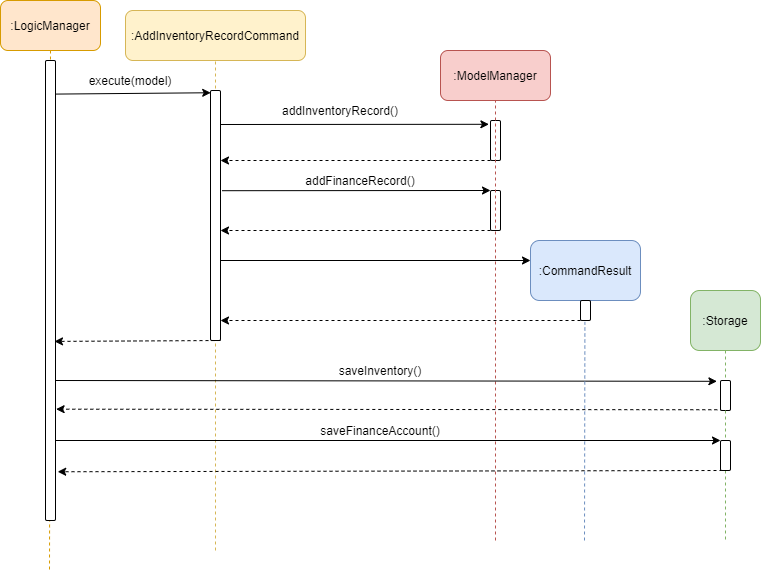
Above: docs/images/AddInventoryCommandExecuteSequenceDiagram.png in nus-cs2103-AY2021S1/tp (draw.io), before the change. Source tidied: cells renumbered, new cells last; positions are measured from the earlier drawing's top-left corner, leaving out a move shared by most shapes.
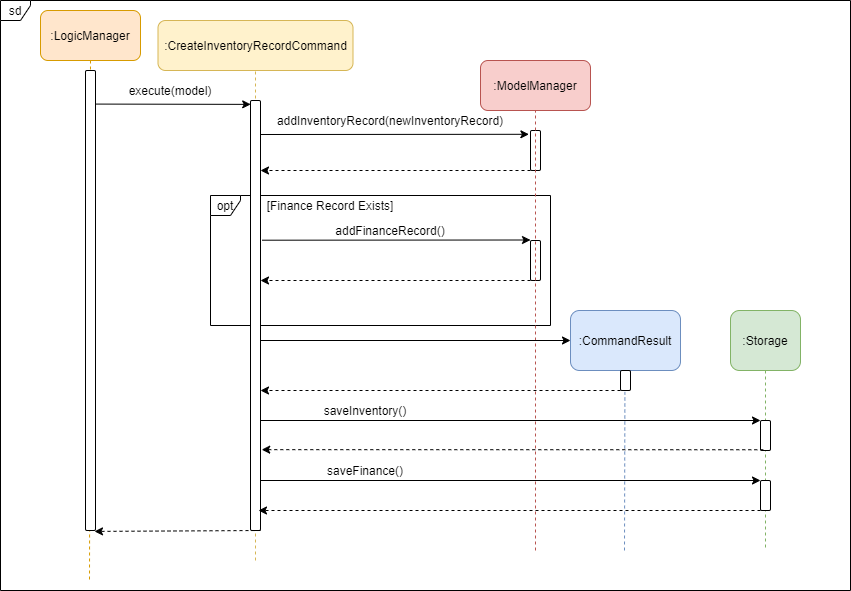
After the change.

The edit, as a diff of the source:
```diff
@@ -1,32 +1,38 @@
-<mxGraphModel background="#ffffff">
+<mxGraphModel>
   <root>
     <mxCell id="0" />
     <mxCell id="1" parent="0" />
-    <mxCell id="2" style="endArrow=none;dashed=1;html=1;entryX=0.5;entryY=1;entryDx=0;entryDy=0;fillColor=#fff2cc;strokeColor=#d6b656;" parent="1" edge="1" target="4">
-      <mxGeometry relative="1" as="geometry">
-        <mxPoint x="215" y="550" as="sourcePoint" />
-      </mxGeometry>
-    </mxCell>
-    <mxCell id="3" style="endArrow=none;dashed=1;html=1;fillColor=#ffe6cc;strokeColor=#d79b00;exitX=0.5;exitY=1;exitDx=0;exitDy=0;" parent="1" edge="1" source="6">
-      <mxGeometry relative="1" as="geometry">
-        <mxPoint x="49" y="570" as="targetPoint" />
-      </mxGeometry>
-    </mxCell>
-    <mxCell id="4" value=":AddInventoryRecordCommand" style="rounded=1;whiteSpace=wrap;html=1;fillColor=#fff2cc;strokeColor=#d6b656;" parent="1" vertex="1">
-      <mxGeometry x="125" y="10" width="180" height="50" as="geometry" />
-    </mxCell>
-    <mxCell id="5" style="html=1;points=[];perimeter=orthogonalPerimeter;rounded=1;" parent="1" vertex="1">
-      <mxGeometry x="210" y="90" width="10" height="250" as="geometry" />
-    </mxCell>
+    <mxCell id="38" value="opt" style="shape=umlFrame;whiteSpace=wrap;html=1;rounded=1;width=30;height=20;" parent="1" vertex="1">
+      <mxGeometry x="170" y="185" width="340" height="130" as="geometry" />
+    </mxCell>
+    <mxCell id="39" style="endArrow=none;dashed=1;html=1;entryX=0.5;entryY=1;entryDx=0;entryDy=0;fillColor=#fff2cc;strokeColor=#d6b656;" parent="1" edge="1" target="42">
+      <mxGeometry relative="1" as="geometry">
+        <mxPoint x="215" y="550" as="sourcePoint" />
+      </mxGeometry>
+    </mxCell>
+    <mxCell id="40" style="endArrow=none;dashed=1;html=1;fillColor=#ffe6cc;strokeColor=#d79b00;exitX=0.5;exitY=1;exitDx=0;exitDy=0;" parent="1" edge="1" source="6">
+      <mxGeometry relative="1" as="geometry">
+        <mxPoint x="49" y="570" as="targetPoint" />
+      </mxGeometry>
+    </mxCell>
+    <mxCell id="41" value="sd" style="shape=umlFrame;whiteSpace=wrap;html=1;rounded=1;width=30;height=20;" parent="1" vertex="1">
+      <mxGeometry x="-40" y="-10" width="850" height="590" as="geometry" />
+    </mxCell>
+    <mxCell id="42" value=":CreateInventoryRecordCommand" style="rounded=1;whiteSpace=wrap;html=1;fillColor=#fff2cc;strokeColor=#d6b656;" parent="1" vertex="1">
+      <mxGeometry x="117.5" y="10" width="195" height="50" as="geometry" />
+    </mxCell>
+    <mxCell id="43" style="html=1;points=[];perimeter=orthogonalPerimeter;rounded=1;" parent="1" vertex="1">
+      <mxGeometry x="210" y="90" width="10" height="430" as="geometry" />
+    </mxCell>
     <mxCell id="6" value=":LogicManager" style="rounded=1;whiteSpace=wrap;html=1;fillColor=#ffe6cc;strokeColor=#d79b00;" parent="1" vertex="1">
       <mxGeometry width="100" height="50" as="geometry" />
     </mxCell>
     <mxCell id="7" style="html=1;points=[];perimeter=orthogonalPerimeter;rounded=1;" parent="1" vertex="1">
       <mxGeometry x="45" y="60" width="10" height="460" as="geometry" />
     </mxCell>
-    <mxCell id="8" style="endArrow=classic;html=1;entryX=0.02;entryY=0.009;entryDx=0;entryDy=0;entryPerimeter=0;exitX=1.06;exitY=0.073;exitDx=0;exitDy=0;exitPerimeter=0;" parent="1" edge="1" source="7" target="5">
-      <mxGeometry relative="1" as="geometry" />
-    </mxCell>
+    <mxCell id="44" style="endArrow=classic;html=1;entryX=0.02;entryY=0.009;entryDx=0;entryDy=0;entryPerimeter=0;exitX=1.06;exitY=0.073;exitDx=0;exitDy=0;exitPerimeter=0;" parent="1" edge="1" source="7" target="43">
+      <mxGeometry relative="1" as="geometry" />
+    </mxCell>
     <mxCell id="9" value="execute(model)" style="text;html=1;strokeColor=none;fillColor=none;align=center;verticalAlign=middle;whiteSpace=wrap;rounded=0;" parent="1" vertex="1">
       <mxGeometry x="110" y="70" width="40" height="20" as="geometry" />
     </mxCell>
@@ -36,115 +42,114 @@
     <mxCell id="11" style="html=1;points=[];perimeter=orthogonalPerimeter;rounded=1;" parent="1" vertex="1">
       <mxGeometry x="490" y="120" width="10" height="40" as="geometry" />
     </mxCell>
-    <mxCell id="12" style="endArrow=classic;html=1;entryX=-0.16;entryY=0.095;entryDx=0;entryDy=0;entryPerimeter=0;" parent="1" edge="1" target="11">
-      <mxGeometry relative="1" as="geometry">
-        <mxPoint x="220" y="124" as="sourcePoint" />
-      </mxGeometry>
-    </mxCell>
-    <mxCell id="13" value="addInventoryRecord()" style="text;html=1;strokeColor=none;fillColor=none;align=center;verticalAlign=middle;whiteSpace=wrap;rounded=0;" parent="1" vertex="1">
-      <mxGeometry x="320" y="100" width="40" height="20" as="geometry" />
-    </mxCell>
-    <mxCell id="14" style="endArrow=classic;html=1;dashed=1;" parent="1" edge="1">
-      <mxGeometry relative="1" as="geometry">
-        <mxPoint x="490" y="160" as="sourcePoint" />
-        <mxPoint x="220" y="160" as="targetPoint" />
-      </mxGeometry>
-    </mxCell>
-    <mxCell id="15" style="endArrow=classic;html=1;entryX=-0.16;entryY=0.095;entryDx=0;entryDy=0;entryPerimeter=0;" parent="1" edge="1">
-      <mxGeometry relative="1" as="geometry">
-        <mxPoint x="221.6" y="190.2" as="sourcePoint" />
-        <mxPoint x="490" y="190" as="targetPoint" />
-      </mxGeometry>
-    </mxCell>
-    <mxCell id="16" style="html=1;perimeter=orthogonalPerimeter;rounded=1;" parent="1" vertex="1">
-      <mxGeometry x="490" y="190" width="10" height="40" as="geometry" />
-    </mxCell>
-    <mxCell id="17" style="endArrow=none;dashed=1;html=1;entryX=0.5;entryY=1;entryDx=0;entryDy=0;fillColor=#f8cecc;strokeColor=#b85450;" parent="1" edge="1" target="10">
-      <mxGeometry relative="1" as="geometry">
-        <mxPoint x="495" y="540" as="sourcePoint" />
-      </mxGeometry>
-    </mxCell>
-    <mxCell id="18" style="endArrow=classic;html=1;dashed=1;" parent="1" edge="1">
-      <mxGeometry relative="1" as="geometry">
-        <mxPoint x="490" y="230" as="sourcePoint" />
-        <mxPoint x="220" y="230" as="targetPoint" />
-      </mxGeometry>
-    </mxCell>
+    <mxCell id="45" style="endArrow=classic;html=1;entryX=-0.16;entryY=0.095;entryDx=0;entryDy=0;entryPerimeter=0;" parent="1" edge="1" target="11">
+      <mxGeometry relative="1" as="geometry">
+        <mxPoint x="220" y="124" as="sourcePoint" />
+      </mxGeometry>
+    </mxCell>
+    <mxCell id="46" value="addInventoryRecord(newInventoryRecord)" style="text;html=1;strokeColor=none;fillColor=none;align=center;verticalAlign=middle;whiteSpace=wrap;rounded=0;" parent="1" vertex="1">
+      <mxGeometry x="330" y="100" width="40" height="20" as="geometry" />
+    </mxCell>
+    <mxCell id="47" style="endArrow=classic;html=1;dashed=1;" parent="1" edge="1">
+      <mxGeometry relative="1" as="geometry">
+        <mxPoint x="490" y="160" as="sourcePoint" />
+        <mxPoint x="220" y="160" as="targetPoint" />
+      </mxGeometry>
+    </mxCell>
+    <mxCell id="48" style="endArrow=classic;html=1;entryX=-0.16;entryY=0.095;entryDx=0;entryDy=0;entryPerimeter=0;" parent="1" edge="1">
+      <mxGeometry relative="1" as="geometry">
+        <mxPoint x="221.6" y="229.7" as="sourcePoint" />
+        <mxPoint x="490" y="229.5" as="targetPoint" />
+      </mxGeometry>
+    </mxCell>
+    <mxCell id="49" style="html=1;perimeter=orthogonalPerimeter;rounded=1;" parent="1" vertex="1">
+      <mxGeometry x="490" y="230" width="10" height="40" as="geometry" />
+    </mxCell>
+    <mxCell id="50" style="endArrow=none;dashed=1;html=1;entryX=0.5;entryY=1;entryDx=0;entryDy=0;fillColor=#f8cecc;strokeColor=#b85450;" parent="1" edge="1" target="10">
+      <mxGeometry relative="1" as="geometry">
+        <mxPoint x="495" y="540" as="sourcePoint" />
+      </mxGeometry>
+    </mxCell>
+    <mxCell id="51" style="endArrow=classic;html=1;dashed=1;" parent="1" edge="1">
+      <mxGeometry relative="1" as="geometry">
+        <mxPoint x="490" y="270" as="sourcePoint" />
+        <mxPoint x="220" y="270" as="targetPoint" />
+      </mxGeometry>
+    </mxCell>
     <mxCell id="19" value="addFinanceRecord()" style="text;html=1;strokeColor=none;fillColor=none;align=center;verticalAlign=middle;whiteSpace=wrap;rounded=0;" parent="1" vertex="1">
-      <mxGeometry x="340" y="170" width="40" height="20" as="geometry" />
+      <mxGeometry x="330" y="210" width="40" height="20" as="geometry" />
     </mxCell>
-    <mxCell id="20" style="endArrow=classic;html=1;" parent="1" edge="1">
-      <mxGeometry relative="1" as="geometry">
-        <mxPoint x="220" y="260" as="sourcePoint" />
-        <mxPoint x="530" y="260" as="targetPoint" />
-      </mxGeometry>
-    </mxCell>
+    <mxCell id="52" value="[Finance Record Exists]" style="text;html=1;strokeColor=none;fillColor=none;align=center;verticalAlign=middle;whiteSpace=wrap;rounded=0;" parent="1" vertex="1">
+      <mxGeometry x="220" y="185" width="140" height="20" as="geometry" />
+    </mxCell>
+    <mxCell id="53" style="endArrow=classic;html=1;" parent="1" edge="1">
+      <mxGeometry relative="1" as="geometry">
+        <mxPoint x="220" y="330" as="sourcePoint" />
+        <mxPoint x="530" y="330" as="targetPoint" />
+      </mxGeometry>
+    </mxCell>
     <mxCell id="21" value=":CommandResult" style="rounded=1;whiteSpace=wrap;html=1;fillColor=#dae8fc;strokeColor=#6c8ebf;" parent="1" vertex="1">
-      <mxGeometry x="530" y="240" width="110" height="60" as="geometry" />
+      <mxGeometry x="530" y="300" width="110" height="60" as="geometry" />
     </mxCell>
-    <mxCell id="22" style="html=1;points=[];perimeter=orthogonalPerimeter;rounded=1;" parent="1" vertex="1">
-      <mxGeometry x="580" y="300" width="10" height="20" as="geometry" />
-    </mxCell>
-    <mxCell id="23" style="endArrow=classic;html=1;dashed=1;" parent="1" edge="1">
-      <mxGeometry relative="1" as="geometry">
-        <mxPoint x="580" y="320" as="sourcePoint" />
-        <mxPoint x="220" y="320" as="targetPoint" />
-      </mxGeometry>
-    </mxCell>
-    <mxCell id="24" style="endArrow=classic;html=1;entryX=-0.36;entryY=0.027;entryDx=0;entryDy=0;entryPerimeter=0;" parent="1" edge="1" target="33">
-      <mxGeometry relative="1" as="geometry">
-        <mxPoint x="55" y="380" as="sourcePoint" />
-      </mxGeometry>
-    </mxCell>
+    <mxCell id="54" style="html=1;points=[];perimeter=orthogonalPerimeter;rounded=1;" parent="1" vertex="1">
+      <mxGeometry x="580" y="360" width="10" height="20" as="geometry" />
+    </mxCell>
+    <mxCell id="55" style="endArrow=classic;html=1;dashed=1;" parent="1" edge="1">
+      <mxGeometry relative="1" as="geometry">
+        <mxPoint x="580" y="380" as="sourcePoint" />
+        <mxPoint x="220" y="380" as="targetPoint" />
+      </mxGeometry>
+    </mxCell>
+    <mxCell id="56" style="endArrow=classic;html=1;" parent="1" edge="1">
+      <mxGeometry relative="1" as="geometry">
+        <mxPoint x="220" y="410" as="sourcePoint" />
+        <mxPoint x="720" y="410" as="targetPoint" />
+      </mxGeometry>
+    </mxCell>
     <mxCell id="25" value=":Storage" style="rounded=1;whiteSpace=wrap;html=1;fillColor=#d5e8d4;strokeColor=#82b366;" parent="1" vertex="1">
-      <mxGeometry x="690" y="290" width="70" height="60" as="geometry" />
+      <mxGeometry x="690" y="300" width="70" height="60" as="geometry" />
     </mxCell>
-    <mxCell id="26" style="endArrow=none;dashed=1;html=1;exitX=0.5;exitY=1;exitDx=0;exitDy=0;fillColor=#d5e8d4;strokeColor=#82b366;" parent="1" edge="1" source="36">
-      <mxGeometry relative="1" as="geometry">
-        <mxPoint x="725" y="540" as="targetPoint" />
-      </mxGeometry>
-    </mxCell>
+    <mxCell id="57" style="endArrow=none;dashed=1;html=1;exitX=0.5;exitY=1;exitDx=0;exitDy=0;fillColor=#d5e8d4;strokeColor=#82b366;" parent="1" edge="1" source="25">
+      <mxGeometry relative="1" as="geometry">
+        <mxPoint x="725" y="540" as="targetPoint" />
+      </mxGeometry>
+    </mxCell>
+    <mxCell id="58" style="html=1;points=[];perimeter=orthogonalPerimeter;rounded=1;" parent="1" vertex="1">
+      <mxGeometry x="720" y="410" width="10" height="30" as="geometry" />
+    </mxCell>
     <mxCell id="27" value="saveInventory()" style="text;html=1;strokeColor=none;fillColor=none;align=center;verticalAlign=middle;whiteSpace=wrap;rounded=0;" parent="1" vertex="1">
-      <mxGeometry x="360" y="360" width="40" height="20" as="geometry" />
+      <mxGeometry x="305" y="390" width="40" height="20" as="geometry" />
     </mxCell>
-    <mxCell id="28" style="endArrow=classic;html=1;dashed=1;exitX=0.28;exitY=0.975;exitDx=0;exitDy=0;exitPerimeter=0;entryX=1.06;entryY=0.758;entryDx=0;entryDy=0;entryPerimeter=0;" parent="1" edge="1" source="33" target="7">
-      <mxGeometry relative="1" as="geometry" />
-    </mxCell>
-    <mxCell id="29" style="endArrow=classic;html=1;entryX=0;entryY=0;entryDx=0;entryDy=0;entryPerimeter=0;" parent="1" edge="1" target="36">
-      <mxGeometry relative="1" as="geometry">
-        <mxPoint x="55" y="440" as="sourcePoint" />
-      </mxGeometry>
-    </mxCell>
-    <mxCell id="30" style="endArrow=classic;html=1;dashed=1;exitX=0.28;exitY=0.975;exitDx=0;exitDy=0;exitPerimeter=0;entryX=1.22;entryY=0.894;entryDx=0;entryDy=0;entryPerimeter=0;" parent="1" edge="1" target="7">
-      <mxGeometry relative="1" as="geometry">
-        <mxPoint x="722" y="470" as="sourcePoint" />
-      </mxGeometry>
-    </mxCell>
-    <mxCell id="31" value="saveFinanceAccount()" style="text;html=1;strokeColor=none;fillColor=none;align=center;verticalAlign=middle;whiteSpace=wrap;rounded=0;" parent="1" vertex="1">
-      <mxGeometry x="360" y="420" width="40" height="20" as="geometry" />
-    </mxCell>
-    <mxCell id="32" style="endArrow=none;dashed=1;html=1;entryX=0.44;entryY=1.07;entryDx=0;entryDy=0;entryPerimeter=0;fillColor=#dae8fc;strokeColor=#6c8ebf;" parent="1" edge="1" target="22">
-      <mxGeometry relative="1" as="geometry">
-        <mxPoint x="584" y="540" as="sourcePoint" />
-      </mxGeometry>
-    </mxCell>
-    <mxCell id="33" style="html=1;points=[];perimeter=orthogonalPerimeter;rounded=1;" parent="1" vertex="1">
-      <mxGeometry x="720" y="380" width="10" height="30" as="geometry" />
-    </mxCell>
-    <mxCell id="34" style="endArrow=none;dashed=1;html=1;exitX=0.5;exitY=1;exitDx=0;exitDy=0;fillColor=#d5e8d4;strokeColor=#82b366;" parent="1" edge="1" source="25" target="33">
-      <mxGeometry relative="1" as="geometry" />
-    </mxCell>
-    <mxCell id="35" style="endArrow=classic;html=1;dashed=1;entryX=0.9;entryY=1.002;entryDx=0;entryDy=0;entryPerimeter=0;" parent="1" edge="1">
-      <mxGeometry relative="1" as="geometry">
-        <mxPoint x="220" y="340" as="sourcePoint" />
-        <mxPoint x="54" y="340.9" as="targetPoint" />
-      </mxGeometry>
-    </mxCell>
-    <mxCell id="36" style="html=1;points=[];perimeter=orthogonalPerimeter;rounded=1;" parent="1" vertex="1">
-      <mxGeometry x="720" y="440" width="10" height="30" as="geometry" />
-    </mxCell>
-    <mxCell id="37" style="endArrow=none;dashed=1;html=1;exitX=0.5;exitY=1;exitDx=0;exitDy=0;fillColor=#d5e8d4;strokeColor=#82b366;" parent="1" edge="1" source="33" target="36">
-      <mxGeometry relative="1" as="geometry" />
-    </mxCell>
+    <mxCell id="59" style="endArrow=classic;html=1;dashed=1;exitX=0.28;exitY=0.975;exitDx=0;exitDy=0;exitPerimeter=0;entryX=1.12;entryY=0.812;entryDx=0;entryDy=0;entryPerimeter=0;" parent="1" edge="1" source="58" target="43">
+      <mxGeometry relative="1" as="geometry" />
+    </mxCell>
+    <mxCell id="60" style="html=1;perimeter=orthogonalPerimeter;rounded=1;" parent="1" vertex="1">
+      <mxGeometry x="720" y="470" width="10" height="30" as="geometry" />
+    </mxCell>
+    <mxCell id="61" style="endArrow=classic;html=1;" parent="1" edge="1">
+      <mxGeometry relative="1" as="geometry">
+        <mxPoint x="220" y="470" as="sourcePoint" />
+        <mxPoint x="720" y="470" as="targetPoint" />
+      </mxGeometry>
+    </mxCell>
+    <mxCell id="62" style="endArrow=classic;html=1;dashed=1;exitX=0.28;exitY=0.975;exitDx=0;exitDy=0;exitPerimeter=0;" parent="1" edge="1">
+      <mxGeometry relative="1" as="geometry">
+        <mxPoint x="720" y="500" as="sourcePoint" />
+        <mxPoint x="218" y="500" as="targetPoint" />
+      </mxGeometry>
+    </mxCell>
+    <mxCell id="63" value="saveFinance()" style="text;html=1;strokeColor=none;fillColor=none;align=center;verticalAlign=middle;whiteSpace=wrap;rounded=0;" parent="1" vertex="1">
+      <mxGeometry x="305" y="450" width="40" height="20" as="geometry" />
+    </mxCell>
+    <mxCell id="64" style="endArrow=classic;html=1;dashed=1;entryX=0.9;entryY=1.002;entryDx=0;entryDy=0;entryPerimeter=0;" parent="1" edge="1" target="7">
+      <mxGeometry relative="1" as="geometry">
+        <mxPoint x="220" y="520" as="sourcePoint" />
+      </mxGeometry>
+    </mxCell>
+    <mxCell id="65" style="endArrow=none;dashed=1;html=1;entryX=0.44;entryY=1.07;entryDx=0;entryDy=0;entryPerimeter=0;fillColor=#dae8fc;strokeColor=#6c8ebf;" parent="1" edge="1" target="54">
+      <mxGeometry relative="1" as="geometry">
+        <mxPoint x="584" y="540" as="sourcePoint" />
+      </mxGeometry>
+    </mxCell>
   </root>
 </mxGraphModel>
```
